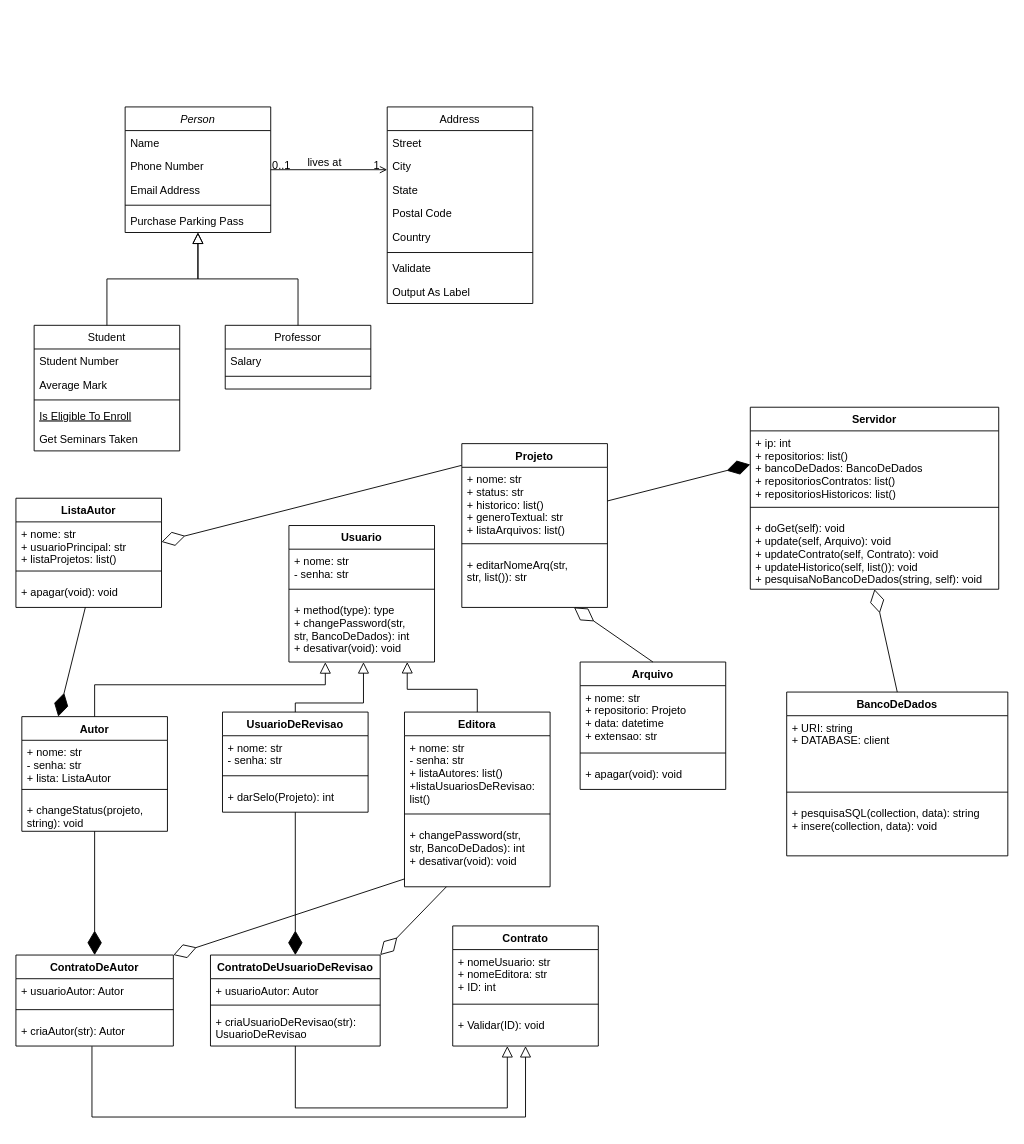
Above: Diagrama de Classes.drawio in bruniculos08/PPR0001 (draw.io), before the change. Source tidied: cells renumbered, new cells numbered last; positions are measured from the earlier drawing's top-left corner, leaving out a move shared by most shapes. Both pictures are drawn from the tidied source at 91%, with x=0, y=0 at pixel (15, 106).
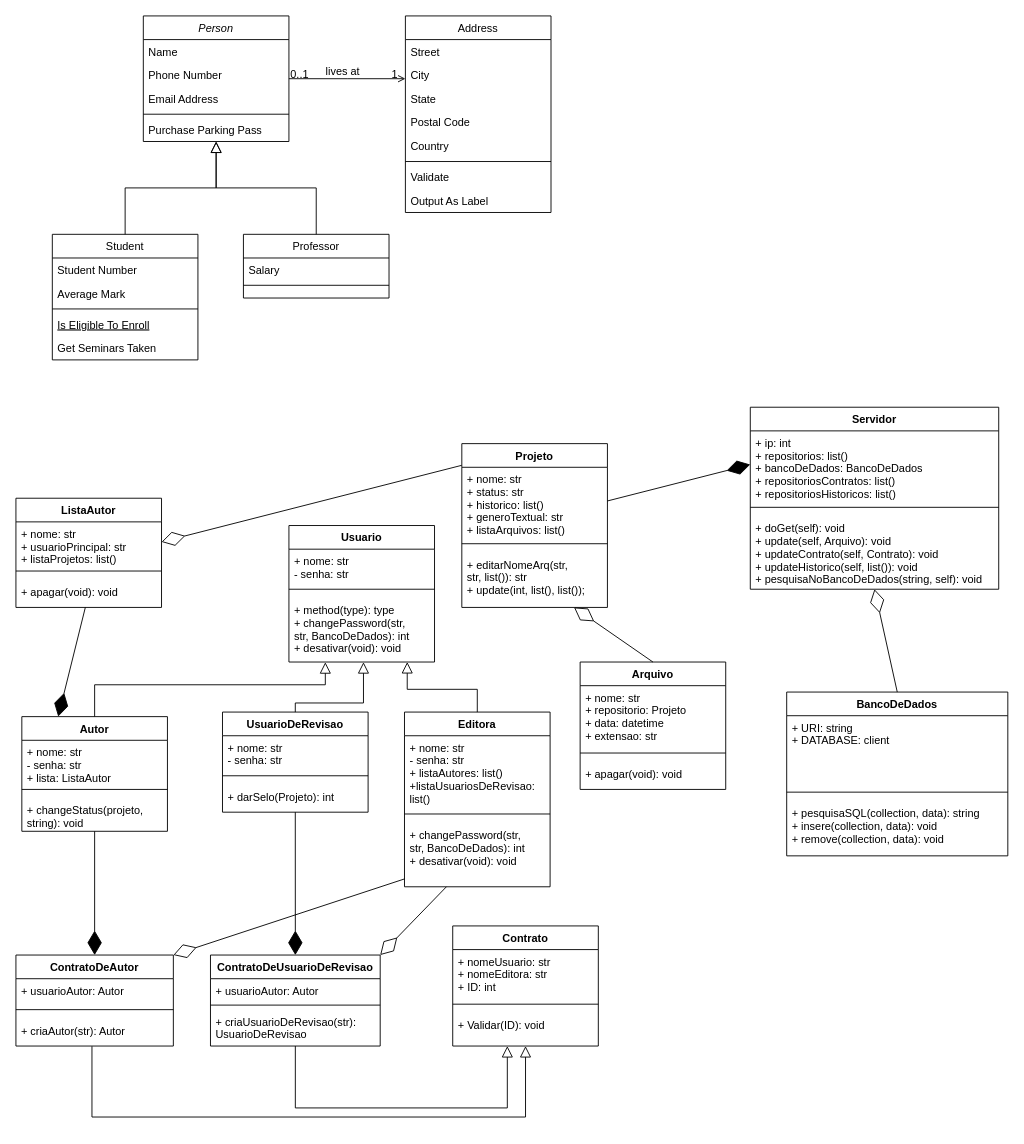
The same diagram, later.

The change refers to these unchanged cells:
```xml
<mxCell id="46" value="Projeto" style="swimlane;fontStyle=1;align=center;verticalAlign=top;horizontal=1;startSize=26;" parent="1" vertex="1">
  <mxGeometry x="490" y="370" width="160" height="180" as="geometry" />
</mxCell>
<mxCell id="89" value="BancoDeDados" style="swimlane;fontStyle=1;align=center;verticalAlign=top;horizontal=1;startSize=26;" parent="1" vertex="1">
  <mxGeometry x="847" y="643" width="243" height="180" as="geometry" />
</mxCell>
```

Diff of the diagram source:
```diff
@@
     <mxCell id="2" value="Person" style="swimlane;fontStyle=2;align=center;verticalAlign=top;horizontal=1;startSize=26;rounded=0;shadow=0;strokeWidth=1;" parent="1" vertex="1">
-      <mxGeometry x="120" width="160" height="138" as="geometry" />
+      <mxGeometry x="140" y="-100" width="160" height="138" as="geometry" />
     </mxCell>
@@
     <mxCell id="8" value="Student" style="swimlane;fontStyle=0;align=center;verticalAlign=top;horizontal=1;startSize=26;rounded=0;shadow=0;strokeWidth=1;" parent="1" vertex="1">
-      <mxGeometry x="20" y="240" width="160" height="138" as="geometry" />
+      <mxGeometry x="40" y="140" width="160" height="138" as="geometry" />
     </mxCell>
@@
     <mxCell id="15" value="Professor" style="swimlane;fontStyle=0;align=center;verticalAlign=top;horizontal=1;startSize=26;rounded=0;shadow=0;strokeWidth=1;" parent="1" vertex="1">
-      <mxGeometry x="230" y="240" width="160" height="70" as="geometry" />
+      <mxGeometry x="250" y="140" width="160" height="70" as="geometry" />
     </mxCell>
@@
     <mxCell id="19" value="Address" style="swimlane;fontStyle=0;align=center;verticalAlign=top;horizontal=1;startSize=26;rounded=0;shadow=0;strokeWidth=1;" parent="1" vertex="1">
-      <mxGeometry x="408" width="160" height="216" as="geometry" />
+      <mxGeometry x="428" y="-100" width="160" height="216" as="geometry" />
     </mxCell>
@@
-    <mxCell id="47" value="+ nome: str&#10;+ status: str&#10;+ historico: list()&#10;+ generoTextual: str&#10;+ listaArquivos: list()" style="text;strokeColor=none;fillColor=none;align=left;verticalAlign=top;spacingLeft=4;spacingRight=4;overflow=hidden;points=[[0,0.5],[1,0.5]];portConstraint=eastwest;" parent="46" vertex="1">
+    <mxCell id="47" value="+ nome: str&#10;+ status: str&#10;+ historico: list()&#10;+ generoTextual: str&#10;+ listaArquivos: list()&#10;" style="text;strokeColor=none;fillColor=none;align=left;verticalAlign=top;spacingLeft=4;spacingRight=4;overflow=hidden;points=[[0,0.5],[1,0.5]];portConstraint=eastwest;" parent="46" vertex="1">
       <mxGeometry y="26" width="160" height="74" as="geometry" />
     </mxCell>
@@
-    <mxCell id="49" value="+ editarNomeArq(str, &#10;str, list()): str" style="text;strokeColor=none;fillColor=none;align=left;verticalAlign=top;spacingLeft=4;spacingRight=4;overflow=hidden;points=[[0,0.5],[1,0.5]];portConstraint=eastwest;" parent="46" vertex="1">
+    <mxCell id="49" value="+ editarNomeArq(str, &#10;str, list()): str&#10;+ update(int, list(), list());" style="text;strokeColor=none;fillColor=none;align=left;verticalAlign=top;spacingLeft=4;spacingRight=4;overflow=hidden;points=[[0,0.5],[1,0.5]];portConstraint=eastwest;" parent="46" vertex="1">
       <mxGeometry y="120" width="160" height="60" as="geometry" />
     </mxCell>
@@
-    <mxCell id="92" value="+ pesquisaSQL(collection, data): string&#10;+ insere(collection, data): void" style="text;strokeColor=none;fillColor=none;align=left;verticalAlign=top;spacingLeft=4;spacingRight=4;overflow=hidden;" parent="89" vertex="1">
+    <mxCell id="92" value="+ pesquisaSQL(collection, data): string&#10;+ insere(collection, data): void&#10;+ remove(collection, data): void" style="text;strokeColor=none;fillColor=none;align=left;verticalAlign=top;spacingLeft=4;spacingRight=4;overflow=hidden;" parent="89" vertex="1">
       <mxGeometry y="120" width="243" height="60" as="geometry" />
     </mxCell>
```
